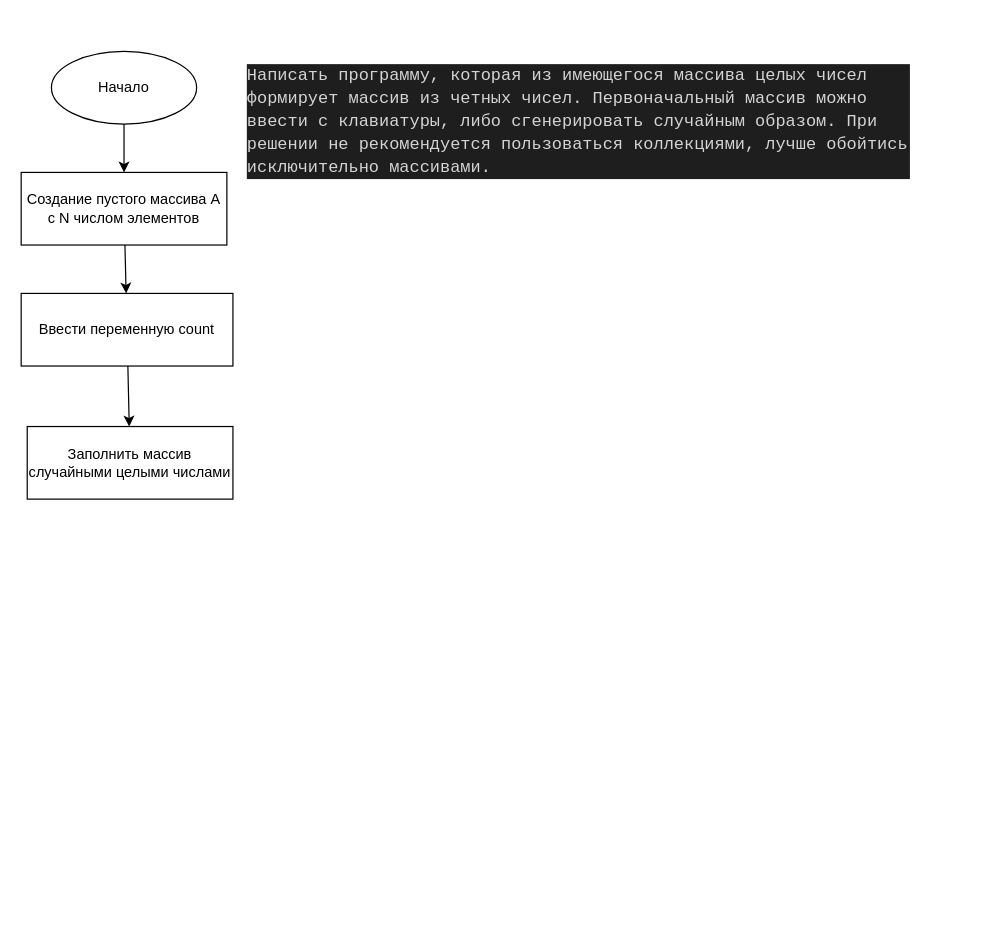
This is .drawio from zerostar23/SamZad, a draw.io file, before an edit. Source tidied: cells renumbered, new cells numbered last; positions are measured from the earlier drawing's top-left corner, leaving out a move shared by most shapes. Both pictures are drawn from the tidied source at 121%, with x=0, y=0 at pixel (21, 21).
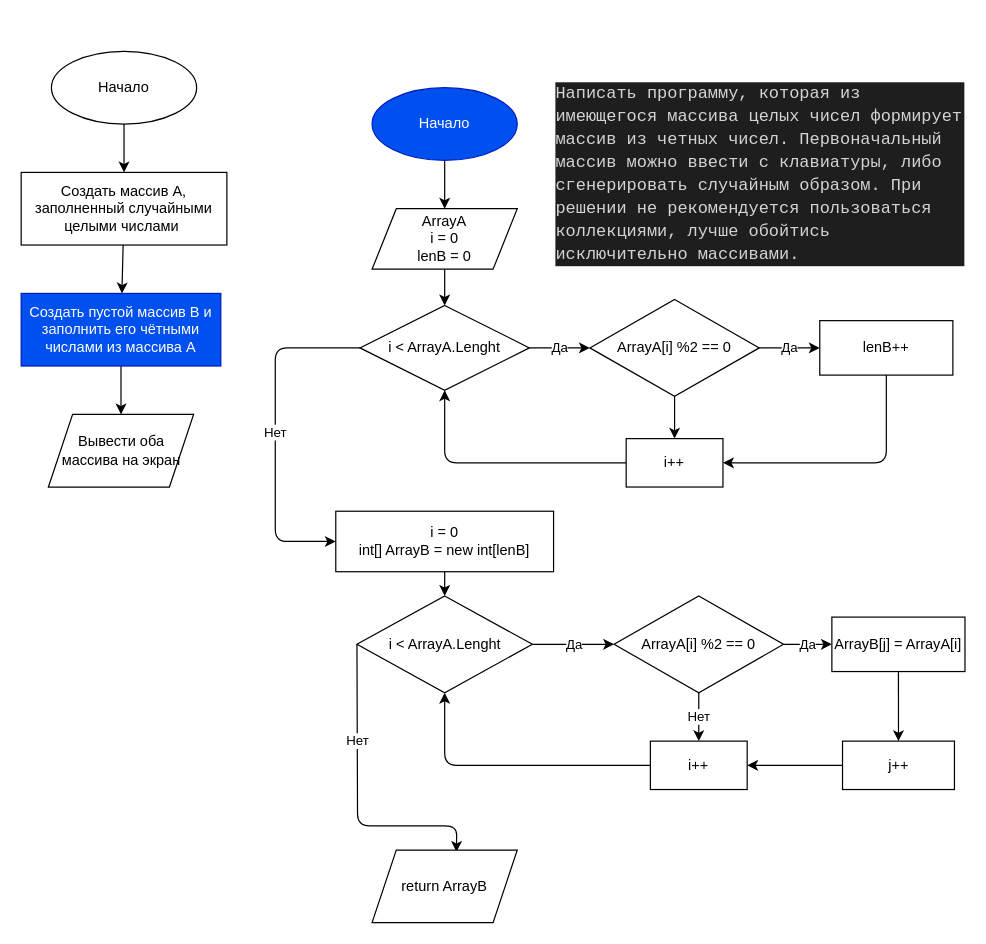
The same page after the edit.

Commit message:
Блок-схема

Change to the diagram source:
```diff
@@
-    <mxCell id="4" style="edgeStyle=none;html=1;" parent="1" edge="1" source="5" target="7">
-      <mxGeometry relative="1" as="geometry" />
-    </mxCell>
+    <mxCell id="10" style="edgeStyle=none;html=1;" parent="1" edge="1" source="5" target="13">
+      <mxGeometry relative="1" as="geometry" />
+    </mxCell>
-    <mxCell id="5" value="Создание пустого массива A с N числом элементов" style="rounded=0;whiteSpace=wrap;html=1;" parent="1" vertex="1">
+    <mxCell id="5" value="Создать массив A, заполненный случайными целыми числами&amp;nbsp;" style="rounded=0;whiteSpace=wrap;html=1;" parent="1" vertex="1">
       <mxGeometry y="125" width="170" height="60" as="geometry" />
     </mxCell>
-    <mxCell id="6" style="edgeStyle=none;html=1;" parent="1" edge="1" source="7" target="8">
-      <mxGeometry relative="1" as="geometry" />
-    </mxCell>
-    <mxCell id="7" value="Ввести переменную count" style="rounded=0;whiteSpace=wrap;html=1;" parent="1" vertex="1">
-      <mxGeometry y="225" width="175" height="60" as="geometry" />
-    </mxCell>
-    <mxCell id="8" value="Заполнить массив случайными целыми числами" style="whiteSpace=wrap;html=1;rounded=0;" parent="1" vertex="1">
-      <mxGeometry x="5" y="335" width="170" height="60" as="geometry" />
-    </mxCell>
+    <mxCell id="11" style="edgeStyle=none;html=1;" parent="1" edge="1" source="9">
+      <mxGeometry relative="1" as="geometry">
+        <mxPoint x="640" y="165" as="targetPoint" />
+      </mxGeometry>
+    </mxCell>
     <mxCell id="9" value="&#10;&#10;&lt;div style=&quot;color: rgb(212, 212, 212); background-color: rgb(30, 30, 30); font-family: consolas, &amp;quot;courier new&amp;quot;, monospace; font-weight: normal; font-size: 14px; line-height: 19px;&quot;&gt;&lt;div&gt;&lt;span style=&quot;color: #d4d4d4&quot;&gt;Написать программу, которая из имеющегося массива целых чисел формирует массив из четных чисел. Первоначальный массив можно ввести с клавиатуры, либо сгенерировать случайным образом. При решении не рекомендуется пользоваться коллекциями, лучше обойтись исключительно массивами.&lt;/span&gt;&lt;/div&gt;&lt;/div&gt;&#10;&#10;" style="text;whiteSpace=wrap;html=1;" parent="1" vertex="1">
-      <mxGeometry x="185" width="550" height="110" as="geometry" />
+      <mxGeometry x="440" y="15" width="340" height="80" as="geometry" />
     </mxCell>
+    <mxCell id="12" style="edgeStyle=none;html=1;" parent="1" edge="1" source="13" target="14">
+      <mxGeometry relative="1" as="geometry" />
+    </mxCell>
+    <mxCell id="13" value="Создать пустой массив B и заполнить его чётными числами из массива A" style="whiteSpace=wrap;html=1;rounded=0;fillColor=#0050ef;strokeColor=#001DBC;fontColor=#ffffff;" parent="1" vertex="1">
+      <mxGeometry y="225" width="165" height="60" as="geometry" />
+    </mxCell>
+    <mxCell id="14" value="Вывести оба массива на экран" style="shape=parallelogram;perimeter=parallelogramPerimeter;whiteSpace=wrap;html=1;fixedSize=1;rounded=0;" parent="1" vertex="1">
+      <mxGeometry x="22.5" y="325" width="120" height="60" as="geometry" />
+    </mxCell>
+    <mxCell id="15" style="edgeStyle=none;html=1;" parent="1" edge="1" source="16" target="18">
+      <mxGeometry relative="1" as="geometry" />
+    </mxCell>
+    <mxCell id="16" value="Начало" style="ellipse;whiteSpace=wrap;html=1;fillColor=#0050ef;strokeColor=#001DBC;fontColor=#ffffff;" parent="1" vertex="1">
+      <mxGeometry x="290" y="55" width="120" height="60" as="geometry" />
+    </mxCell>
+    <mxCell id="17" style="edgeStyle=none;html=1;" parent="1" edge="1" source="18" target="21">
+      <mxGeometry relative="1" as="geometry" />
+    </mxCell>
+    <mxCell id="18" value="ArrayA&lt;br&gt;i = 0&lt;br&gt;lenB = 0" style="shape=parallelogram;perimeter=parallelogramPerimeter;whiteSpace=wrap;html=1;fixedSize=1;" parent="1" vertex="1">
+      <mxGeometry x="290" y="155" width="120" height="50" as="geometry" />
+    </mxCell>
+    <mxCell id="19" value="Нет" style="edgeStyle=none;html=1;exitX=0;exitY=0.5;exitDx=0;exitDy=0;entryX=0;entryY=0.5;entryDx=0;entryDy=0;" parent="1" edge="1" source="21" target="23">
+      <mxGeometry relative="1" as="geometry">
+        <Array as="points">
+          <mxPoint x="210" y="270" />
+          <mxPoint x="210" y="430" />
+        </Array>
+      </mxGeometry>
+    </mxCell>
+    <mxCell id="20" value="Да" style="edgeStyle=none;html=1;exitX=1;exitY=0.5;exitDx=0;exitDy=0;entryX=0;entryY=0.5;entryDx=0;entryDy=0;" parent="1" edge="1" source="21" target="30">
+      <mxGeometry relative="1" as="geometry" />
+    </mxCell>
+    <mxCell id="21" value="i &amp;lt; ArrayA.Lenght" style="rhombus;whiteSpace=wrap;html=1;" parent="1" vertex="1">
+      <mxGeometry x="280" y="235" width="140" height="70" as="geometry" />
+    </mxCell>
+    <mxCell id="22" style="edgeStyle=none;html=1;" parent="1" edge="1" source="23" target="26">
+      <mxGeometry relative="1" as="geometry" />
+    </mxCell>
+    <mxCell id="23" value="i = 0&lt;br&gt;int[] ArrayB = new int[lenB]" style="whiteSpace=wrap;html=1;" parent="1" vertex="1">
+      <mxGeometry x="260" y="405" width="180" height="50" as="geometry" />
+    </mxCell>
+    <mxCell id="24" value="Нет" style="edgeStyle=none;html=1;exitX=0;exitY=0.5;exitDx=0;exitDy=0;entryX=0.581;entryY=0.026;entryDx=0;entryDy=0;entryPerimeter=0;" parent="1" edge="1" source="26" target="27">
+      <mxGeometry x="-0.37" relative="1" as="geometry">
+        <Array as="points">
+          <mxPoint x="278" y="665" />
+          <mxPoint x="360" y="665" />
+        </Array>
+      </mxGeometry>
+    </mxCell>
+    <mxCell id="25" value="Да" style="edgeStyle=none;html=1;" parent="1" edge="1" source="26">
+      <mxGeometry relative="1" as="geometry">
+        <mxPoint x="490" y="515" as="targetPoint" />
+      </mxGeometry>
+    </mxCell>
+    <mxCell id="26" value="i &amp;lt; ArrayA.Lenght" style="rhombus;whiteSpace=wrap;html=1;" parent="1" vertex="1">
+      <mxGeometry x="277.5" y="475" width="145" height="80" as="geometry" />
+    </mxCell>
+    <mxCell id="27" value="return ArrayB" style="shape=parallelogram;perimeter=parallelogramPerimeter;whiteSpace=wrap;html=1;fixedSize=1;" parent="1" vertex="1">
+      <mxGeometry x="290" y="685" width="120" height="60" as="geometry" />
+    </mxCell>
+    <mxCell id="28" value="Да" style="edgeStyle=none;html=1;" parent="1" edge="1" source="30" target="32">
+      <mxGeometry relative="1" as="geometry" />
+    </mxCell>
+    <mxCell id="29" style="edgeStyle=none;html=1;" parent="1" edge="1" source="30" target="34">
+      <mxGeometry relative="1" as="geometry" />
+    </mxCell>
+    <mxCell id="30" value="ArrayA[i] %2 == 0" style="rhombus;whiteSpace=wrap;html=1;" parent="1" vertex="1">
+      <mxGeometry x="470" y="230" width="140" height="80" as="geometry" />
+    </mxCell>
+    <mxCell id="31" style="edgeStyle=none;html=1;entryX=1;entryY=0.5;entryDx=0;entryDy=0;" parent="1" edge="1" source="32" target="34">
+      <mxGeometry relative="1" as="geometry">
+        <Array as="points">
+          <mxPoint x="715" y="365" />
+        </Array>
+      </mxGeometry>
+    </mxCell>
+    <mxCell id="32" value="lenB++" style="whiteSpace=wrap;html=1;" parent="1" vertex="1">
+      <mxGeometry x="660" y="247.5" width="110" height="45" as="geometry" />
+    </mxCell>
+    <mxCell id="33" style="edgeStyle=none;html=1;entryX=0.5;entryY=1;entryDx=0;entryDy=0;" parent="1" edge="1" source="34" target="21">
+      <mxGeometry relative="1" as="geometry">
+        <Array as="points">
+          <mxPoint x="350" y="365" />
+        </Array>
+      </mxGeometry>
+    </mxCell>
+    <mxCell id="34" value="i++" style="whiteSpace=wrap;html=1;" parent="1" vertex="1">
+      <mxGeometry x="500" y="345" width="80" height="40" as="geometry" />
+    </mxCell>
+    <mxCell id="35" value="Нет" style="edgeStyle=none;html=1;" parent="1" edge="1" source="37" target="41">
+      <mxGeometry relative="1" as="geometry" />
+    </mxCell>
+    <mxCell id="36" value="Да" style="edgeStyle=none;html=1;" parent="1" edge="1" source="37" target="39">
+      <mxGeometry relative="1" as="geometry" />
+    </mxCell>
+    <mxCell id="37" value="ArrayA[i] %2 == 0" style="rhombus;whiteSpace=wrap;html=1;" parent="1" vertex="1">
+      <mxGeometry x="490" y="475" width="140" height="80" as="geometry" />
+    </mxCell>
+    <mxCell id="38" style="edgeStyle=none;html=1;" parent="1" edge="1" source="39" target="43">
+      <mxGeometry relative="1" as="geometry" />
+    </mxCell>
+    <mxCell id="39" value="ArrayB[j] = ArrayA[i]" style="whiteSpace=wrap;html=1;" parent="1" vertex="1">
+      <mxGeometry x="670" y="492.5" width="110" height="45" as="geometry" />
+    </mxCell>
+    <mxCell id="40" style="edgeStyle=none;html=1;entryX=0.5;entryY=1;entryDx=0;entryDy=0;" parent="1" edge="1" source="41" target="26">
+      <mxGeometry relative="1" as="geometry">
+        <Array as="points">
+          <mxPoint x="350" y="615" />
+        </Array>
+      </mxGeometry>
+    </mxCell>
+    <mxCell id="41" value="i++" style="whiteSpace=wrap;html=1;" parent="1" vertex="1">
+      <mxGeometry x="520" y="595" width="80" height="40" as="geometry" />
+    </mxCell>
+    <mxCell id="42" style="edgeStyle=none;html=1;" parent="1" edge="1" source="43" target="41">
+      <mxGeometry relative="1" as="geometry" />
+    </mxCell>
+    <mxCell id="43" value="j++" style="whiteSpace=wrap;html=1;" parent="1" vertex="1">
+      <mxGeometry x="678.8" y="595" width="92.5" height="40" as="geometry" />
+    </mxCell>
```
